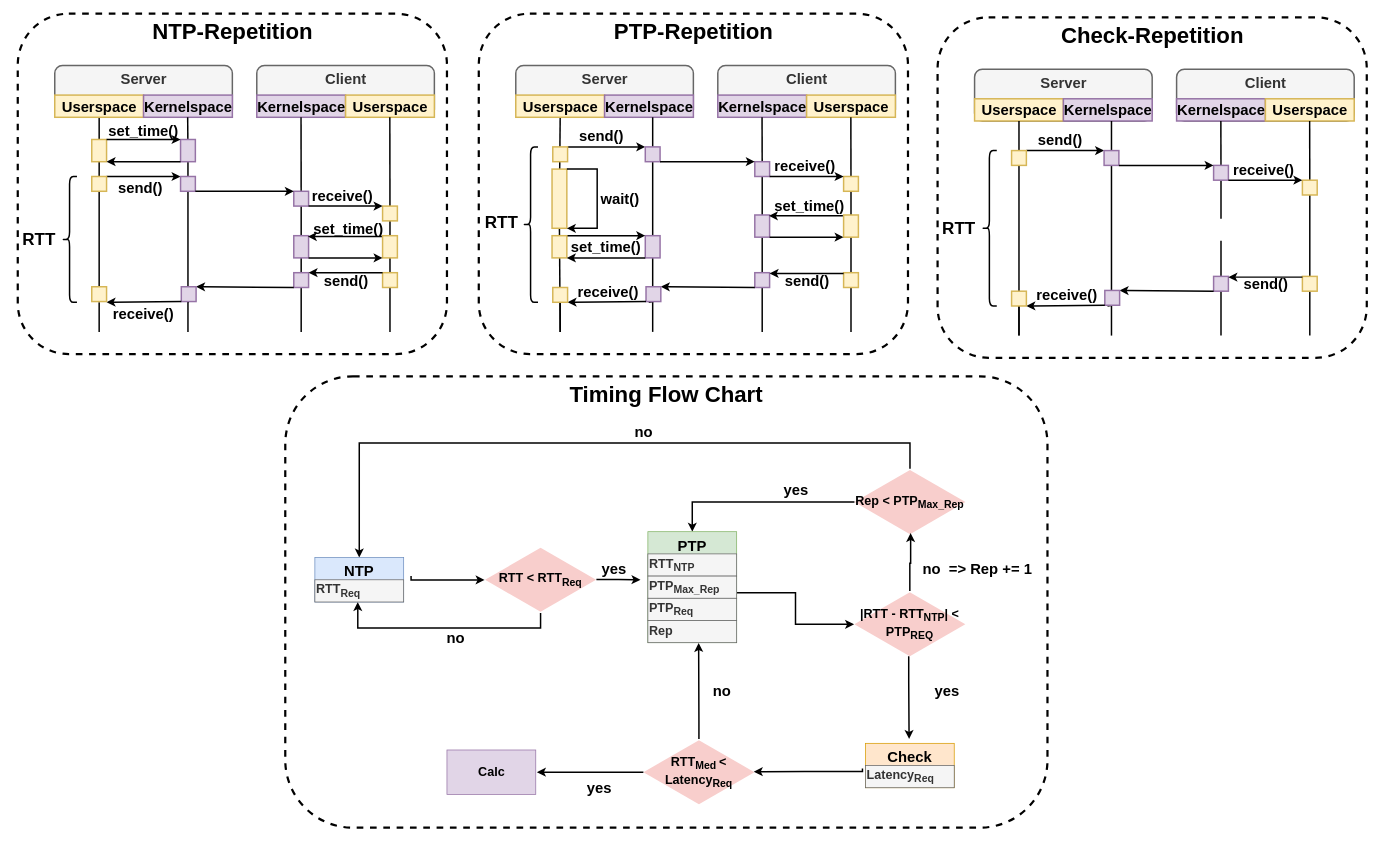
Before: thesis/drawio/time_sync.drawio in studhascja/Masterthesis, a draw.io diagram. Source tidied: cells renumbered, new cells numbered last; positions are measured from the earlier drawing's top-left corner, leaving out a move shared by most shapes. Both pictures are drawn from the tidied source at 74%, with x=0, y=0 at pixel (13, 13).
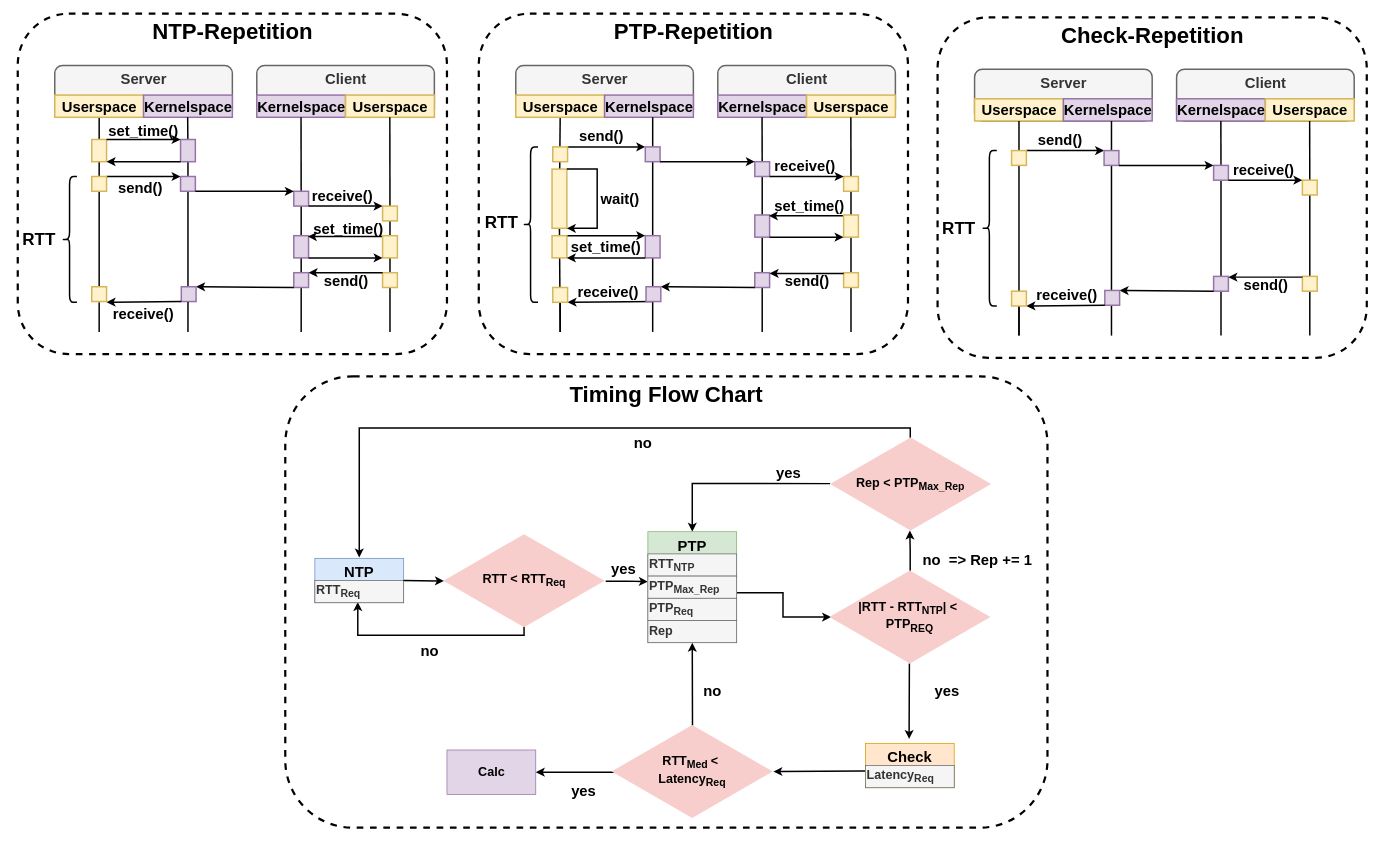
After the change.

The change refers to these unchanged cells:
```xml
<mxCell id="75" value="&lt;font style=&quot;font-size: 20px;&quot;&gt;&lt;b style=&quot;&quot;&gt;PTP&lt;/b&gt;&lt;/font&gt;" style="rounded=0;whiteSpace=wrap;html=1;verticalAlign=top;fillColor=#d5e8d4;strokeColor=#82b366;fontSize=17;" parent="1" vertex="1">
  <mxGeometry x="858" y="700" width="120" height="150" as="geometry" />
</mxCell>
<mxCell id="77" value="&lt;span style=&quot;font-weight: 700;&quot;&gt;PTP&lt;/span&gt;&lt;sub style=&quot;font-weight: 700;&quot;&gt;Max_Rep&lt;/sub&gt;" style="rounded=0;whiteSpace=wrap;html=1;align=left;fillColor=#f5f5f5;fontColor=#333333;strokeColor=#666666;fontSize=17;" parent="1" vertex="1">
  <mxGeometry x="858" y="760" width="120" height="30" as="geometry" />
</mxCell>
<mxCell id="79" value="&lt;span style=&quot;font-weight: 700;&quot;&gt;Rep&lt;/span&gt;" style="rounded=0;whiteSpace=wrap;html=1;align=left;fillColor=#f5f5f5;fontColor=#333333;strokeColor=#666666;fontSize=17;" parent="1" vertex="1">
  <mxGeometry x="858" y="820" width="120" height="30" as="geometry" />
</mxCell>
<mxCell id="81" value="&lt;span style=&quot;font-weight: 700;&quot;&gt;Latency&lt;/span&gt;&lt;sub style=&quot;font-weight: 700;&quot;&gt;Req&lt;/sub&gt;" style="rounded=0;whiteSpace=wrap;html=1;align=left;fillColor=#f5f5f5;fontColor=#333333;strokeColor=#666666;fontSize=17;" parent="1" vertex="1">
  <mxGeometry x="1152" y="1016" width="120" height="30" as="geometry" />
</mxCell>
<mxCell id="115" style="rounded=0;whiteSpace=wrap;html=1;fontSize=20;fontStyle=1;fillColor=#e1d5e7;strokeColor=#9673a6;strokeWidth=2;" parent="1" vertex="1">
  <mxGeometry x="855.5" y="369" width="20" height="20" as="geometry" />
</mxCell>
<mxCell id="152" style="rounded=0;whiteSpace=wrap;html=1;fontSize=20;fontStyle=1;fillColor=#e1d5e7;strokeColor=#9673a6;strokeWidth=2;" parent="1" vertex="1">
  <mxGeometry x="1622.5" y="205" width="20" height="20" as="geometry" />
</mxCell>
<mxCell id="161" style="rounded=0;whiteSpace=wrap;html=1;fontSize=20;fontStyle=1;fillColor=#e1d5e7;strokeColor=#9673a6;strokeWidth=2;" parent="1" vertex="1">
  <mxGeometry x="1622.5" y="355" width="20" height="20" as="geometry" />
</mxCell>
<mxCell id="165" style="rounded=0;whiteSpace=wrap;html=1;fontSize=20;fontStyle=1;fillColor=#e1d5e7;strokeColor=#9673a6;strokeWidth=2;" parent="1" vertex="1">
  <mxGeometry x="1475.5" y="374" width="20" height="20" as="geometry" />
</mxCell>
<mxCell id="176" value="&lt;font&gt;&lt;b&gt;Calc&lt;/b&gt;&lt;/font&gt;" style="rounded=0;whiteSpace=wrap;html=1;fillColor=#e1d5e7;strokeColor=#9673a6;fontSize=17;" parent="1" vertex="1">
  <mxGeometry x="586.5" y="995" width="120" height="60" as="geometry" />
</mxCell>
```

What changed in the source:
```diff
@@
+    <mxCell id="82" value="PTP-Repetition" style="rounded=1;whiteSpace=wrap;html=1;verticalAlign=top;fontSize=30;fontStyle=1;strokeWidth=3;dashed=1;" parent="1" vertex="1">
+      <mxGeometry x="629.5" width="580" height="460" as="geometry" />
+    </mxCell>
+    <mxCell id="116" style="endArrow=classic;html=1;rounded=0;entryX=1;entryY=1;entryDx=0;entryDy=0;exitX=0.5;exitY=1;exitDx=0;exitDy=0;fontSize=20;fontStyle=1;strokeWidth=2;" parent="1" edge="1" source="115">
+      <mxGeometry relative="1" as="geometry">
+        <mxPoint x="749.5" y="390" as="targetPoint" />
+      </mxGeometry>
+    </mxCell>
@@
-    <mxCell id="49" style="edgeStyle=orthogonalEdgeStyle;rounded=0;jettySize=auto;html=1;exitX=1.003;exitY=0.497;exitDx=0;exitDy=0;exitPerimeter=0;fontSize=17;fontStyle=1;strokeWidth=2;" parent="1" edge="1" source="50">
-      <mxGeometry relative="1" as="geometry">
-        <mxPoint x="848" y="765" as="targetPoint" />
-      </mxGeometry>
+    <mxCell id="49" style="edgeStyle=orthogonalEdgeStyle;rounded=0;jettySize=auto;html=1;exitX=1.007;exitY=0.504;exitDx=0;exitDy=0;exitPerimeter=0;fontSize=17;fontStyle=1;strokeWidth=2;entryX=0;entryY=0.25;entryDx=0;entryDy=0;" parent="1" edge="1" source="50" target="77">
+      <mxGeometry relative="1" as="geometry" />
     </mxCell>
-    <mxCell id="50" value="RTT &amp;lt; RTT&lt;sub&gt;Req&lt;/sub&gt;" style="html=1;whiteSpace=wrap;shape=isoRectangle;fontSize=17;fontStyle=1;fillColor=#f8cecc;strokeColor=none;" parent="1" vertex="1">
-      <mxGeometry x="638" y="720" width="150" height="90" as="geometry" />
-    </mxCell>
-    <mxCell id="51" style="edgeStyle=orthogonalEdgeStyle;rounded=0;jettySize=auto;html=1;entryX=0.5;entryY=0;entryDx=0;entryDy=0;fontSize=17;fontStyle=1;strokeWidth=2;" parent="1" edge="1" source="53" target="75">
+    <mxCell id="51" style="edgeStyle=orthogonalEdgeStyle;rounded=0;jettySize=auto;html=1;entryX=0.5;entryY=0;entryDx=0;entryDy=0;fontSize=17;fontStyle=1;strokeWidth=2;exitX=0;exitY=0.495;exitDx=0;exitDy=0;exitPerimeter=0;" parent="1" edge="1" source="53" target="75">
       <mxGeometry relative="1" as="geometry" />
     </mxCell>
-    <mxCell id="52" style="edgeStyle=orthogonalEdgeStyle;rounded=0;jettySize=auto;html=1;entryX=0.5;entryY=0;entryDx=0;entryDy=0;fontSize=17;fontStyle=1;strokeWidth=2;" parent="1" edge="1" source="53">
+    <mxCell id="52" style="edgeStyle=orthogonalEdgeStyle;rounded=0;jettySize=auto;html=1;entryX=0.5;entryY=0;entryDx=0;entryDy=0;fontSize=17;fontStyle=1;strokeWidth=2;exitX=0.498;exitY=0.021;exitDx=0;exitDy=0;exitPerimeter=0;" parent="1" edge="1" source="53">
       <mxGeometry relative="1" as="geometry">
         <mxPoint x="468" y="735" as="targetPoint" />
         <Array as="points">
-          <mxPoint x="1212" y="580" />
-          <mxPoint x="468" y="580" />
+          <mxPoint x="1213" y="560" />
+          <mxPoint x="468" y="560" />
         </Array>
       </mxGeometry>
     </mxCell>
-    <mxCell id="53" value="Rep &amp;lt; PTP&lt;sub&gt;Max_Rep&lt;/sub&gt;" style="html=1;whiteSpace=wrap;shape=isoRectangle;fontSize=17;fontStyle=1;fillColor=#f8cecc;strokeColor=none;" parent="1" vertex="1">
-      <mxGeometry x="1137.2" y="615" width="150" height="90" as="geometry" />
-    </mxCell>
-    <mxCell id="54" style="edgeStyle=orthogonalEdgeStyle;rounded=0;jettySize=auto;html=1;strokeWidth=2;fontSize=17;" parent="1" edge="1" source="55">
+    <mxCell id="54" style="edgeStyle=orthogonalEdgeStyle;rounded=0;jettySize=auto;html=1;strokeWidth=2;fontSize=17;exitX=0.013;exitY=0.498;exitDx=0;exitDy=0;exitPerimeter=0;entryX=1;entryY=0.5;entryDx=0;entryDy=0;" parent="1" edge="1" target="176">
       <mxGeometry relative="1" as="geometry">
-        <mxPoint x="708" y="1025" as="targetPoint" />
+        <mxPoint x="811.8" y="1023.7" as="sourcePoint" />
         <Array as="points">
-          <mxPoint x="748" y="1025" />
-          <mxPoint x="748" y="1025" />
+          <mxPoint x="812" y="1025" />
         </Array>
       </mxGeometry>
     </mxCell>
-    <mxCell id="55" value="RTT&lt;sub&gt;Med &lt;/sub&gt;&amp;lt; Latency&lt;sub&gt;Req&lt;/sub&gt;" style="html=1;whiteSpace=wrap;shape=isoRectangle;fontSize=17;fontStyle=1;fillColor=#f8cecc;strokeColor=none;" parent="1" vertex="1">
-      <mxGeometry x="852" y="980" width="150" height="90" as="geometry" />
-    </mxCell>
-    <mxCell id="56" style="edgeStyle=orthogonalEdgeStyle;rounded=0;jettySize=auto;html=1;entryX=-0.004;entryY=0.502;entryDx=0;entryDy=0;entryPerimeter=0;fontSize=17;fontStyle=1;strokeWidth=2;" parent="1" edge="1" target="50">
-      <mxGeometry relative="1" as="geometry">
-        <mxPoint x="538" y="760" as="sourcePoint" />
-        <Array as="points">
-          <mxPoint x="538" y="765" />
-        </Array>
-      </mxGeometry>
-    </mxCell>
     <mxCell id="57" value="yes" style="text;html=1;align=center;verticalAlign=middle;strokeColor=none;fillColor=none;fontSize=20;fontStyle=1;" parent="1" vertex="1">
-      <mxGeometry x="787" y="730" width="50" height="40" as="geometry" />
+      <mxGeometry x="799.5" y="730" width="50" height="40" as="geometry" />
     </mxCell>
     <mxCell id="58" value="no" style="text;html=1;align=center;verticalAlign=middle;strokeColor=none;fillColor=none;fontSize=20;fontStyle=1;" parent="1" vertex="1">
-      <mxGeometry x="573" y="822.5" width="50" height="40" as="geometry" />
+      <mxGeometry x="538" y="840.6" width="50" height="40" as="geometry" />
     </mxCell>
-    <mxCell id="59" style="edgeStyle=orthogonalEdgeStyle;rounded=0;jettySize=auto;html=1;fontSize=17;fontStyle=1;exitX=0.49;exitY=0.981;exitDx=0;exitDy=0;exitPerimeter=0;strokeWidth=2;" parent="1" edge="1" source="60">
+    <mxCell id="59" style="edgeStyle=orthogonalEdgeStyle;rounded=0;jettySize=auto;html=1;fontSize=17;fontStyle=1;exitX=0.497;exitY=0.981;exitDx=0;exitDy=0;exitPerimeter=0;strokeWidth=2;" parent="1" edge="1" source="60">
       <mxGeometry relative="1" as="geometry">
         <mxPoint x="1211" y="980" as="targetPoint" />
         <Array as="points">
-          <mxPoint x="1211" y="903" />
-          <mxPoint x="1211" y="1020" />
+          <mxPoint x="1211" y="880" />
+          <mxPoint x="1211" y="880" />
         </Array>
       </mxGeometry>
     </mxCell>
-    <mxCell id="60" value="|RTT - RTT&lt;sub&gt;NTP&lt;/sub&gt;| &amp;lt; PTP&lt;sub&gt;REQ&lt;/sub&gt;" style="html=1;whiteSpace=wrap;shape=isoRectangle;fontSize=17;fontStyle=1;fillColor=#f8cecc;strokeColor=none;" parent="1" vertex="1">
-      <mxGeometry x="1137" y="780" width="150" height="90" as="geometry" />
-    </mxCell>
-    <mxCell id="61" style="edgeStyle=orthogonalEdgeStyle;rounded=0;jettySize=auto;html=1;entryX=-0.002;entryY=0.502;entryDx=0;entryDy=0;entryPerimeter=0;fontSize=17;fontStyle=1;strokeWidth=2;exitX=1;exitY=0.75;exitDx=0;exitDy=0;" parent="1" edge="1" source="77" target="60">
+    <mxCell id="61" style="edgeStyle=orthogonalEdgeStyle;rounded=0;jettySize=auto;html=1;entryX=0.011;entryY=0.5;entryDx=0;entryDy=0;entryPerimeter=0;fontSize=17;fontStyle=1;strokeWidth=2;exitX=1;exitY=0.75;exitDx=0;exitDy=0;" parent="1" edge="1" source="77" target="60">
       <mxGeometry relative="1" as="geometry" />
     </mxCell>
@@
-    <mxCell id="63" style="edgeStyle=orthogonalEdgeStyle;rounded=0;jettySize=auto;html=1;entryX=0.506;entryY=0.965;entryDx=0;entryDy=0;entryPerimeter=0;fontSize=17;fontStyle=1;strokeWidth=2;" parent="1" edge="1" source="60" target="53">
+    <mxCell id="63" style="edgeStyle=orthogonalEdgeStyle;rounded=0;jettySize=auto;html=1;entryX=0.495;entryY=0.98;entryDx=0;entryDy=0;entryPerimeter=0;fontSize=17;fontStyle=1;strokeWidth=2;exitX=0.502;exitY=0.021;exitDx=0;exitDy=0;exitPerimeter=0;" parent="1" edge="1" source="60" target="53">
       <mxGeometry relative="1" as="geometry" />
     </mxCell>
     <mxCell id="64" value="no&amp;nbsp; =&amp;gt; Rep += 1" style="text;html=1;align=center;verticalAlign=middle;strokeColor=none;fillColor=none;fontSize=20;fontStyle=1;" parent="1" vertex="1">
-      <mxGeometry x="1218" y="730" width="170" height="40" as="geometry" />
+      <mxGeometry x="1218" y="717" width="170" height="40" as="geometry" />
     </mxCell>
@@
-    <mxCell id="66" style="edgeStyle=orthogonalEdgeStyle;rounded=0;jettySize=auto;html=1;entryX=0.489;entryY=1.002;entryDx=0;entryDy=0;entryPerimeter=0;fontSize=17;fontStyle=1;strokeWidth=2;" parent="1" edge="1" source="50">
+    <mxCell id="66" style="edgeStyle=orthogonalEdgeStyle;rounded=0;jettySize=auto;html=1;entryX=0.489;entryY=1.002;entryDx=0;entryDy=0;entryPerimeter=0;fontSize=17;fontStyle=1;strokeWidth=2;exitX=0.5;exitY=0.97;exitDx=0;exitDy=0;exitPerimeter=0;" parent="1" edge="1" source="50">
       <mxGeometry relative="1" as="geometry">
         <mxPoint x="466" y="795.1" as="targetPoint" />
         <Array as="points">
-          <mxPoint x="713" y="830" />
-          <mxPoint x="466" y="830" />
+          <mxPoint x="691" y="840" />
+          <mxPoint x="466" y="840" />
         </Array>
       </mxGeometry>
     </mxCell>
     <mxCell id="67" value="no" style="text;html=1;align=center;verticalAlign=middle;strokeColor=none;fillColor=none;fontSize=20;fontStyle=1;" parent="1" vertex="1">
-      <mxGeometry x="827" y="545" width="50" height="40" as="geometry" />
+      <mxGeometry x="825.5" y="560" width="50" height="40" as="geometry" />
     </mxCell>
     <mxCell id="68" value="yes" style="text;html=1;align=center;verticalAlign=middle;strokeColor=none;fillColor=none;fontSize=20;fontStyle=1;" parent="1" vertex="1">
-      <mxGeometry x="1033" y="623" width="50" height="40" as="geometry" />
+      <mxGeometry x="1022.5" y="600" width="50" height="40" as="geometry" />
     </mxCell>
     <mxCell id="69" value="yes" style="text;html=1;align=center;verticalAlign=middle;strokeColor=none;fillColor=none;fontSize=20;fontStyle=1;" parent="1" vertex="1">
-      <mxGeometry x="767" y="1025" width="50" height="40" as="geometry" />
+      <mxGeometry x="745.5" y="1030" width="50" height="40" as="geometry" />
     </mxCell>
-    <mxCell id="70" style="edgeStyle=orthogonalEdgeStyle;rounded=0;orthogonalLoop=1;jettySize=auto;html=1;entryX=0.481;entryY=1.009;entryDx=0;entryDy=0;entryPerimeter=0;fontSize=17;fontStyle=1;strokeWidth=2;" parent="1" edge="1">
+    <mxCell id="70" style="edgeStyle=orthogonalEdgeStyle;rounded=0;jettySize=auto;html=1;fontSize=17;fontStyle=1;strokeWidth=2;exitX=0.502;exitY=0.027;exitDx=0;exitDy=0;exitPerimeter=0;entryX=0.5;entryY=1;entryDx=0;entryDy=0;" parent="1" edge="1" source="55" target="79">
       <mxGeometry relative="1" as="geometry">
-        <mxPoint x="927" y="980" as="sourcePoint" />
-        <mxPoint x="926.6" y="850.3" as="targetPoint" />
         <Array as="points">
-          <mxPoint x="927" y="955" />
+          <mxPoint x="918" y="960" />
+          <mxPoint x="918" y="960" />
         </Array>
       </mxGeometry>
     </mxCell>
     <mxCell id="71" value="no" style="text;html=1;align=center;verticalAlign=middle;strokeColor=none;fillColor=none;fontSize=20;fontStyle=1;" parent="1" vertex="1">
-      <mxGeometry x="933" y="895" width="50" height="40" as="geometry" />
+      <mxGeometry x="919.5" y="895" width="50" height="40" as="geometry" />
     </mxCell>
-    <mxCell id="72" style="edgeStyle=orthogonalEdgeStyle;rounded=0;jettySize=auto;html=1;entryX=0.994;entryY=0.493;entryDx=0;entryDy=0;entryPerimeter=0;strokeWidth=2;fontSize=17;" parent="1" edge="1" target="55">
+    <mxCell id="72" style="edgeStyle=orthogonalEdgeStyle;rounded=0;jettySize=auto;html=1;entryX=1.004;entryY=0.501;entryDx=0;entryDy=0;entryPerimeter=0;strokeWidth=2;fontSize=17;exitX=0;exitY=0.25;exitDx=0;exitDy=0;" parent="1" edge="1" source="81" target="55">
       <mxGeometry relative="1" as="geometry">
-        <mxPoint x="1148" y="1020" as="sourcePoint" />
         <Array as="points">
           <mxPoint x="1148" y="1024" />
-          <mxPoint x="1070" y="1024" />
+          <mxPoint x="1148" y="1025" />
         </Array>
       </mxGeometry>
     </mxCell>
     <mxCell id="73" value="&lt;font style=&quot;font-size: 20px;&quot;&gt;&lt;b style=&quot;&quot;&gt;NTP&lt;/b&gt;&lt;/font&gt;" style="rounded=0;whiteSpace=wrap;html=1;verticalAlign=top;fillColor=#dae8fc;strokeColor=#6c8ebf;fontSize=17;" parent="1" vertex="1">
-      <mxGeometry x="408" y="735" width="120" height="60" as="geometry" />
+      <mxGeometry x="408" y="736" width="120" height="60" as="geometry" />
     </mxCell>
     <mxCell id="74" value="&lt;span style=&quot;font-weight: 700;&quot;&gt;RTT&lt;/span&gt;&lt;sub style=&quot;font-weight: 700;&quot;&gt;Req&lt;/sub&gt;" style="rounded=0;whiteSpace=wrap;html=1;align=left;fillColor=#f5f5f5;fontColor=#333333;strokeColor=#666666;fontSize=17;" parent="1" vertex="1">
-      <mxGeometry x="408" y="765" width="120" height="30" as="geometry" />
+      <mxGeometry x="408" y="766" width="120" height="30" as="geometry" />
     </mxCell>
@@
-    <mxCell id="82" value="PTP-Repetition" style="rounded=1;whiteSpace=wrap;html=1;verticalAlign=top;fontSize=30;fontStyle=1;strokeWidth=3;dashed=1;" parent="1" vertex="1">
-      <mxGeometry x="629.5" width="580" height="460" as="geometry" />
-    </mxCell>
@@
-    <mxCell id="114" style="endArrow=none;html=1;rounded=0;entryX=0.5;entryY=1;entryDx=0;entryDy=0;fontSize=20;fontStyle=1;strokeWidth=2;" parent="1" edge="1" target="115">
-      <mxGeometry relative="1" as="geometry">
-        <mxPoint x="859.1" y="390" as="sourcePoint" />
-      </mxGeometry>
-    </mxCell>
@@
-    <mxCell id="116" style="endArrow=classic;html=1;rounded=0;entryX=1;entryY=1;entryDx=0;entryDy=0;exitX=0;exitY=1;exitDx=0;exitDy=0;fontSize=20;fontStyle=1;strokeWidth=2;" parent="1" edge="1" source="115">
-      <mxGeometry relative="1" as="geometry">
-        <mxPoint x="749.5" y="390" as="targetPoint" />
-      </mxGeometry>
-    </mxCell>
@@
-    <mxCell id="151" style="endArrow=none;html=1;rounded=0;entryX=0.5;entryY=1;entryDx=0;entryDy=0;fontSize=20;fontStyle=1;strokeWidth=2;" parent="1" edge="1" target="152">
-      <mxGeometry relative="1" as="geometry">
-        <mxPoint x="1632.5" y="277" as="sourcePoint" />
-      </mxGeometry>
+    <mxCell id="151" style="endArrow=none;html=1;rounded=0;entryX=0.5;entryY=1;entryDx=0;entryDy=0;fontSize=20;fontStyle=1;strokeWidth=2;exitX=0.5;exitY=0;exitDx=0;exitDy=0;" parent="1" edge="1" source="161" target="152">
+      <mxGeometry relative="1" as="geometry" />
     </mxCell>
@@
-    <mxCell id="157" style="endArrow=none;html=1;rounded=0;entryX=0.5;entryY=1;entryDx=0;entryDy=0;fontSize=20;fontStyle=1;strokeWidth=2;exitX=0.5;exitY=0;exitDx=0;exitDy=0;" parent="1" edge="1" source="161">
-      <mxGeometry relative="1" as="geometry">
-        <mxPoint x="1632.5" y="307" as="targetPoint" />
-      </mxGeometry>
-    </mxCell>
@@
-    <mxCell id="164" style="endArrow=none;html=1;rounded=0;entryX=0.5;entryY=1;entryDx=0;entryDy=0;fontSize=20;fontStyle=1;strokeWidth=2;" parent="1" edge="1" target="165">
-      <mxGeometry relative="1" as="geometry">
-        <mxPoint x="1479.1" y="395" as="sourcePoint" />
-      </mxGeometry>
-    </mxCell>
@@
     <mxCell id="167" value="send()" style="text;html=1;align=center;verticalAlign=middle;strokeColor=none;fillColor=none;fontSize=20;fontStyle=1;strokeWidth=2;" parent="1" vertex="1">
-      <mxGeometry x="1652.5" y="345" width="80" height="40" as="geometry" />
+      <mxGeometry x="1652.5" y="346" width="80" height="40" as="geometry" />
     </mxCell>
@@
+    <mxCell id="60" value="|RTT - RTT&lt;sub&gt;NTP&lt;/sub&gt;|&amp;nbsp;&lt;span style=&quot;background-color: transparent; color: light-dark(rgb(0, 0, 0), rgb(255, 255, 255));&quot;&gt;&amp;lt;&amp;nbsp;&lt;/span&gt;&lt;div&gt;PTP&lt;sub&gt;REQ&lt;/sub&gt;&lt;/div&gt;" style="html=1;whiteSpace=wrap;shape=isoRectangle;fontSize=17;fontStyle=1;fillColor=#f8cecc;strokeColor=none;" parent="1" vertex="1">
+      <mxGeometry x="1103.2" y="750" width="217.7" height="130.6" as="geometry" />
+    </mxCell>
+    <mxCell id="53" value="Rep &amp;lt; PTP&lt;sub&gt;Max_Rep&lt;/sub&gt;" style="html=1;whiteSpace=wrap;shape=isoRectangle;fontSize=17;fontStyle=1;fillColor=#f8cecc;strokeColor=none;" parent="1" vertex="1">
+      <mxGeometry x="1104.2" y="570.4" width="217.7" height="130.6" as="geometry" />
+    </mxCell>
+    <mxCell id="55" value="RTT&lt;sub&gt;Med&amp;nbsp;&lt;/sub&gt;&amp;lt;&amp;nbsp;&lt;div&gt;Latency&lt;sub&gt;Req&lt;/sub&gt;&lt;/div&gt;" style="html=1;whiteSpace=wrap;shape=isoRectangle;fontSize=17;fontStyle=1;fillColor=#f8cecc;strokeColor=none;" parent="1" vertex="1">
+      <mxGeometry x="809" y="958.7" width="217.7" height="130.6" as="geometry" />
+    </mxCell>
+    <mxCell id="50" value="RTT &amp;lt; RTT&lt;sub&gt;Req&lt;/sub&gt;" style="html=1;whiteSpace=wrap;shape=isoRectangle;fontSize=17;fontStyle=1;fillColor=#f8cecc;strokeColor=none;" parent="1" vertex="1">
+      <mxGeometry x="581.8" y="701" width="217.7" height="130.6" as="geometry" />
+    </mxCell>
+    <mxCell id="177" style="endArrow=classic;html=1;rounded=0;exitX=1;exitY=0;exitDx=0;exitDy=0;entryX=0.003;entryY=0.502;entryDx=0;entryDy=0;entryPerimeter=0;strokeWidth=2;" parent="1" edge="1" source="74" target="50">
+      <mxGeometry relative="1" as="geometry" />
+    </mxCell>
```
